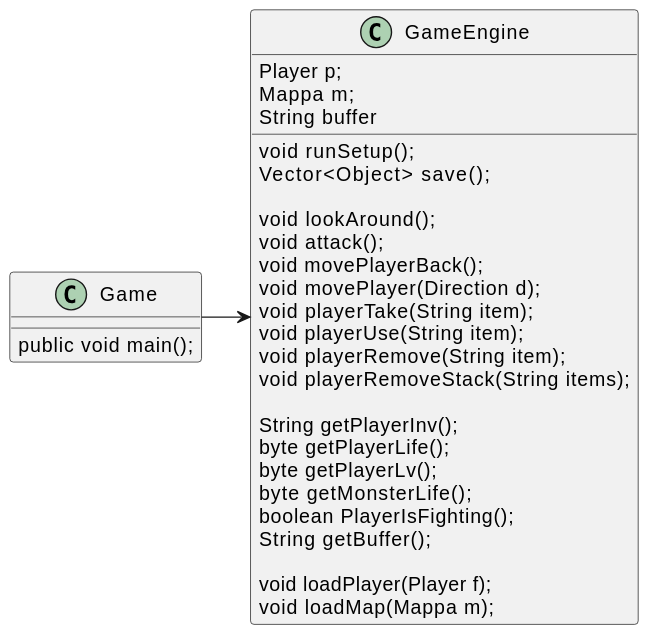
PdP03/ACMD keeps this PlantUML diagram as DiagrammiUML/ClassDiagram(GameEngine-Game).svg. Above is the earlier version.
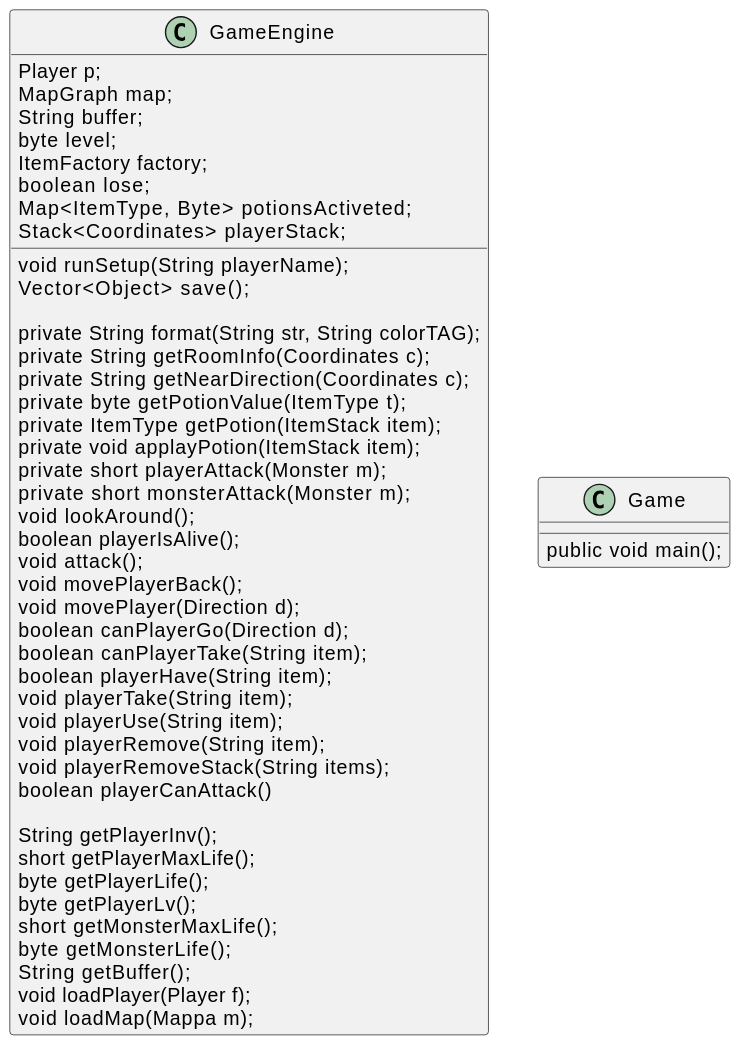
The same file after the commit.

Commit message:
Aggiornamento Diagrammi

Diff of the diagram source:
```diff
@@ -1,27 +1,49 @@
 @startuml
 class GameEngine{
   Player p;
-  Mappa m;
-  String buffer
+  MapGraph map;
+  String buffer;
+  byte level;
+  ItemFactory factory;
+  boolean lose;
+  Map<ItemType, Byte> potionsActiveted;
+  Stack<Coordinates> playerStack;
 
-  void runSetup();
+  void runSetup(String playerName);
   Vector<Object> save();
 
+  private String format(String str, String colorTAG);
+  private String getRoomInfo(Coordinates c);
+  private String getNearDirection(Coordinates c);
+  private byte getPotionValue(ItemType t);
+  private ItemType getPotion(ItemStack item);
+  private void applayPotion(ItemStack item);
+  private short playerAttack(Monster m);
+  private short monsterAttack(Monster m);
+
+
   void lookAround();
+  boolean playerIsAlive();
   void attack();
   void movePlayerBack();
   void movePlayer(Direction d);
+  boolean canPlayerGo(Direction d);
+  boolean canPlayerTake(String item);
+  boolean playerHave(String item);
   void playerTake(String item);
   void playerUse(String item);
   void playerRemove(String item);        /'aggiunge nel buffer una info degli oggetti eliminati'/
   void playerRemoveStack(String items);/'toglie tutto lo stack di item'/
+  boolean playerCanAttack()
 
   String getPlayerInv();
+  short getPlayerMaxLife();
   byte getPlayerLife();
   byte getPlayerLv();
+  short getMonsterMaxLife();
   byte getMonsterLife();
-  boolean PlayerIsFighting();
   String getBuffer();
+
 
   void loadPlayer(Player f);
   void loadMap(Mappa m);
@@ -32,6 +54,4 @@
 public void main();
 
 }
-
-Game -> GameEngine
 @enduml
```
